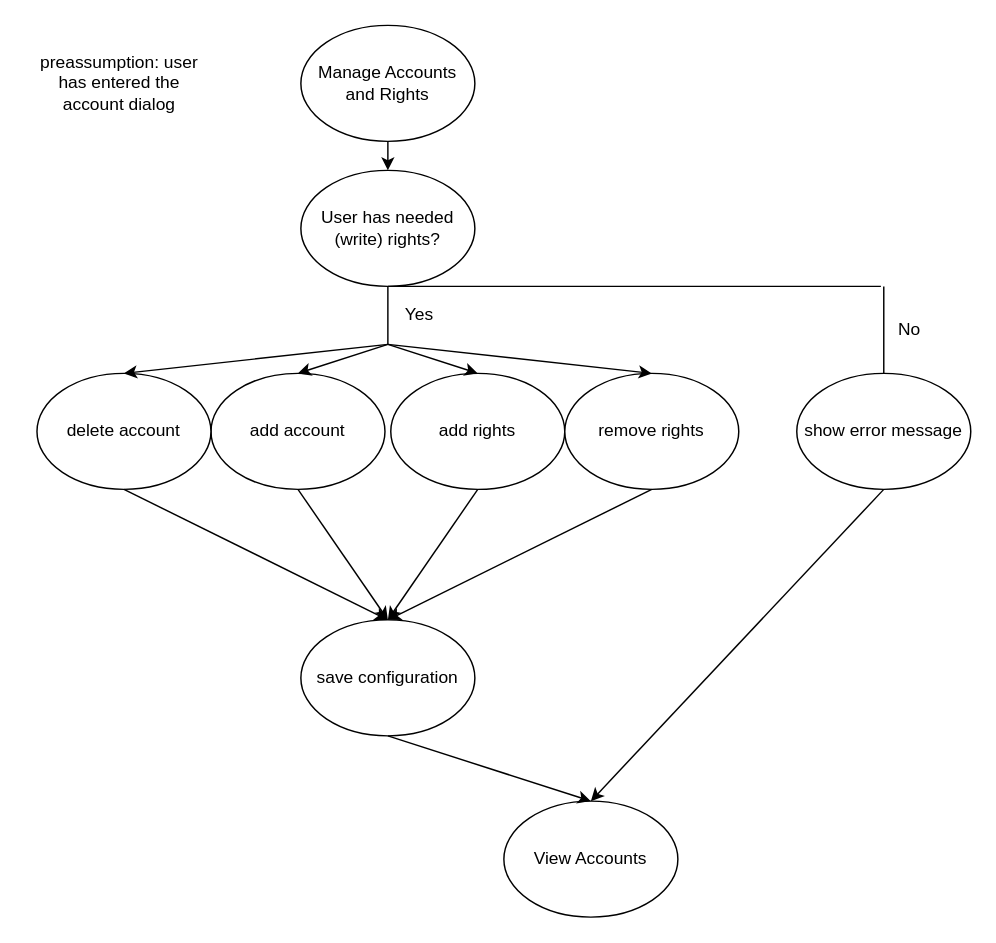
This is ManageAccountsAndRights_ActivityDiagram.drawio from mymanu/Camera-Observation-Tool-Documentation, a draw.io file, before an edit. Source tidied: cells renumbered, new cells numbered last; positions are measured from the earlier drawing's top-left corner, leaving out a move shared by most shapes. Both pictures are drawn from the tidied source at 145%, with x=0, y=0 at pixel (25, 25).
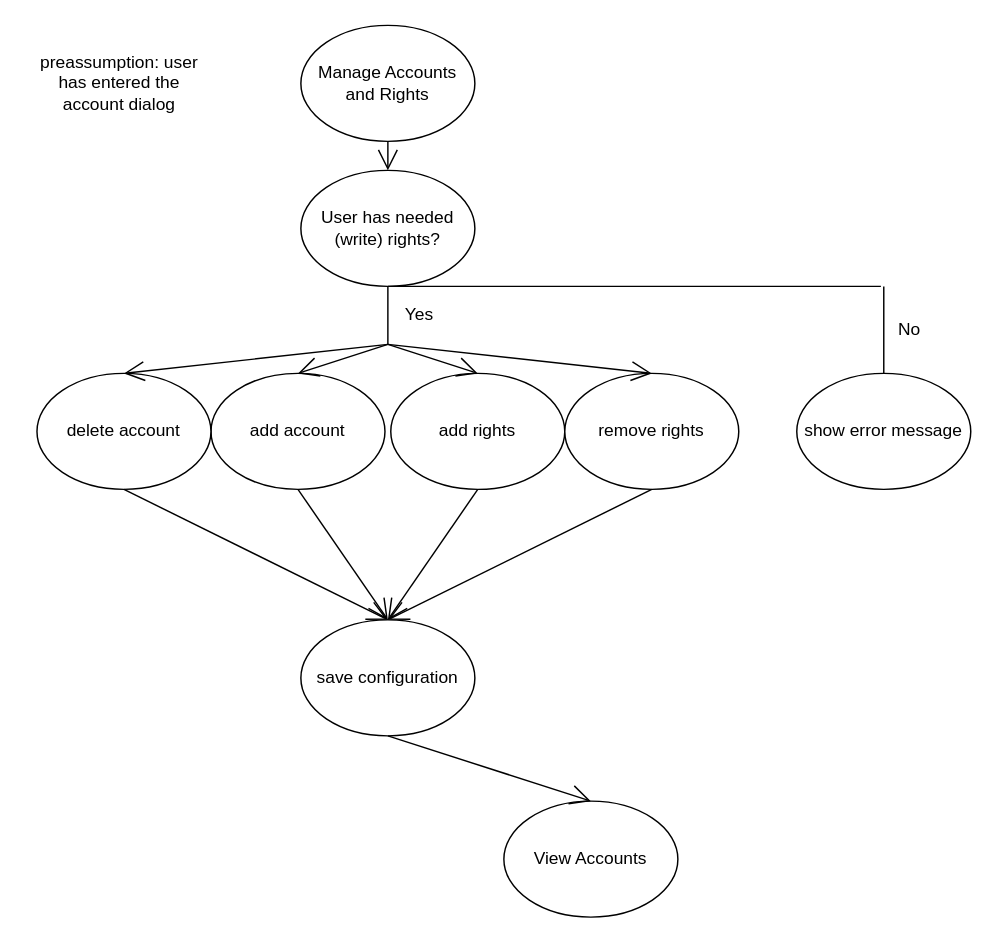
Above is the later version.

Unchanged cells that the change refers to:
```xml
<mxCell id="2" value="Manage Accounts and Rights" style="ellipse;whiteSpace=wrap;html=1;" parent="1" vertex="1">
  <mxGeometry x="190" width="120" height="80" as="geometry" />
</mxCell>
<mxCell id="3" value="add account" style="ellipse;whiteSpace=wrap;html=1;" parent="1" vertex="1">
  <mxGeometry x="128" y="240" width="120" height="80" as="geometry" />
</mxCell>
<mxCell id="4" value="add rights" style="ellipse;whiteSpace=wrap;html=1;" parent="1" vertex="1">
  <mxGeometry x="252" y="240" width="120" height="80" as="geometry" />
</mxCell>
<mxCell id="5" value="delete account" style="ellipse;whiteSpace=wrap;html=1;" parent="1" vertex="1">
  <mxGeometry x="8" y="240" width="120" height="80" as="geometry" />
</mxCell>
<mxCell id="6" value="save configuration" style="ellipse;whiteSpace=wrap;html=1;" parent="1" vertex="1">
  <mxGeometry x="190" y="410" width="120" height="80" as="geometry" />
</mxCell>
<mxCell id="7" value="remove rights" style="ellipse;whiteSpace=wrap;html=1;" parent="1" vertex="1">
  <mxGeometry x="372" y="240" width="120" height="80" as="geometry" />
</mxCell>
<mxCell id="8" value="show error message" style="ellipse;whiteSpace=wrap;html=1;" parent="1" vertex="1">
  <mxGeometry x="532" y="240" width="120" height="80" as="geometry" />
</mxCell>
<mxCell id="9" value="User has needed (write) rights?" style="ellipse;whiteSpace=wrap;html=1;" parent="1" vertex="1">
  <mxGeometry x="190" y="100" width="120" height="80" as="geometry" />
</mxCell>
<mxCell id="20" value="View Accounts" style="ellipse;whiteSpace=wrap;html=1;" parent="1" vertex="1">
  <mxGeometry x="330" y="535" width="120" height="80" as="geometry" />
</mxCell>
```

Diff of the diagram source:
```diff
@@
-    <mxCell id="10" style="endArrow=classic;html=1;entryX=0.5;entryY=0;entryDx=0;entryDy=0;" parent="1" edge="1" target="7">
-      <mxGeometry relative="1" as="geometry">
-        <mxPoint x="250" y="220" as="sourcePoint" />
-      </mxGeometry>
-    </mxCell>
-    <mxCell id="11" style="endArrow=classic;html=1;entryX=0.5;entryY=0;entryDx=0;entryDy=0;" parent="1" edge="1" target="4">
-      <mxGeometry relative="1" as="geometry">
-        <mxPoint x="250" y="220" as="sourcePoint" />
-      </mxGeometry>
-    </mxCell>
-    <mxCell id="12" style="endArrow=classic;html=1;entryX=0.5;entryY=0;entryDx=0;entryDy=0;" parent="1" edge="1" target="3">
-      <mxGeometry relative="1" as="geometry">
-        <mxPoint x="250" y="220" as="sourcePoint" />
-      </mxGeometry>
-    </mxCell>
-    <mxCell id="13" style="endArrow=classic;html=1;entryX=0.5;entryY=0;entryDx=0;entryDy=0;" parent="1" edge="1" target="5">
-      <mxGeometry relative="1" as="geometry">
-        <mxPoint x="250" y="220" as="sourcePoint" />
-      </mxGeometry>
-    </mxCell>
-    <mxCell id="14" style="endArrow=classic;html=1;exitX=0.5;exitY=1;exitDx=0;exitDy=0;entryX=0.5;entryY=0;entryDx=0;entryDy=0;" parent="1" edge="1" source="5" target="6">
-      <mxGeometry relative="1" as="geometry" />
-    </mxCell>
-    <mxCell id="15" style="endArrow=classic;html=1;exitX=0.5;exitY=1;exitDx=0;exitDy=0;entryX=0.5;entryY=0;entryDx=0;entryDy=0;" parent="1" edge="1" source="3" target="6">
-      <mxGeometry relative="1" as="geometry" />
-    </mxCell>
-    <mxCell id="16" style="endArrow=classic;html=1;exitX=0.5;exitY=1;exitDx=0;exitDy=0;entryX=0.5;entryY=0;entryDx=0;entryDy=0;" parent="1" edge="1" source="4" target="6">
-      <mxGeometry relative="1" as="geometry" />
-    </mxCell>
-    <mxCell id="17" style="endArrow=classic;html=1;exitX=0.5;exitY=1;exitDx=0;exitDy=0;entryX=0.5;entryY=0;entryDx=0;entryDy=0;" parent="1" edge="1" source="7" target="6">
-      <mxGeometry relative="1" as="geometry" />
-    </mxCell>
@@
+    <mxCell id="27" value="preassumption: user has entered the account dialog" style="text;html=1;strokeColor=none;fillColor=none;align=center;verticalAlign=middle;whiteSpace=wrap;rounded=0;" parent="1" vertex="1">
+      <mxGeometry y="30" width="130" height="20" as="geometry" />
+    </mxCell>
+    <mxCell id="26" style="endArrow=open;endFill=1;endSize=12;html=1;exitX=0.5;exitY=1;exitDx=0;exitDy=0;entryX=0.5;entryY=0;entryDx=0;entryDy=0;" parent="1" edge="1" source="2" target="9">
+      <mxGeometry relative="1" as="geometry" />
+    </mxCell>
+    <mxCell id="28" style="endArrow=open;endFill=1;endSize=12;html=1;entryX=0.5;entryY=0;entryDx=0;entryDy=0;" parent="1" edge="1" target="5">
+      <mxGeometry relative="1" as="geometry">
+        <mxPoint x="250" y="220" as="sourcePoint" />
+      </mxGeometry>
+    </mxCell>
+    <mxCell id="29" style="endArrow=open;endFill=1;endSize=12;html=1;entryX=0.5;entryY=0;entryDx=0;entryDy=0;" parent="1" edge="1" target="3">
+      <mxGeometry relative="1" as="geometry">
+        <mxPoint x="250" y="220" as="sourcePoint" />
+      </mxGeometry>
+    </mxCell>
+    <mxCell id="30" style="endArrow=open;endFill=1;endSize=12;html=1;entryX=0.5;entryY=0;entryDx=0;entryDy=0;" parent="1" edge="1" target="4">
+      <mxGeometry relative="1" as="geometry">
+        <mxPoint x="250" y="220" as="sourcePoint" />
+      </mxGeometry>
+    </mxCell>
+    <mxCell id="31" style="endArrow=open;endFill=1;endSize=12;html=1;entryX=0.5;entryY=0;entryDx=0;entryDy=0;" parent="1" edge="1" target="7">
+      <mxGeometry relative="1" as="geometry">
+        <mxPoint x="250" y="220" as="sourcePoint" />
+      </mxGeometry>
+    </mxCell>
+    <mxCell id="14" style="endArrow=open;endFill=1;endSize=12;html=1;entryX=0.5;entryY=0;entryDx=0;entryDy=0;exitX=0.5;exitY=1;exitDx=0;exitDy=0;" parent="1" edge="1" source="5" target="6">
+      <mxGeometry relative="1" as="geometry" />
+    </mxCell>
+    <mxCell id="32" style="endArrow=open;endFill=1;endSize=12;html=1;exitX=0.5;exitY=1;exitDx=0;exitDy=0;" parent="1" edge="1" source="3">
+      <mxGeometry relative="1" as="geometry">
+        <mxPoint x="250" y="410" as="targetPoint" />
+      </mxGeometry>
+    </mxCell>
+    <mxCell id="33" style="endArrow=open;endFill=1;endSize=12;html=1;exitX=0.5;exitY=1;exitDx=0;exitDy=0;" parent="1" edge="1" source="4">
+      <mxGeometry relative="1" as="geometry">
+        <mxPoint x="250" y="410" as="targetPoint" />
+      </mxGeometry>
+    </mxCell>
+    <mxCell id="34" style="endArrow=open;endFill=1;endSize=12;html=1;exitX=0.5;exitY=1;exitDx=0;exitDy=0;" parent="1" edge="1" source="7">
+      <mxGeometry relative="1" as="geometry">
+        <mxPoint x="250" y="410" as="targetPoint" />
+      </mxGeometry>
+    </mxCell>
-    <mxCell id="24" style="endArrow=classic;html=1;exitX=0.5;exitY=1;exitDx=0;exitDy=0;entryX=0.5;entryY=0;entryDx=0;entryDy=0;" parent="1" edge="1" source="6" target="20">
+    <mxCell id="24" style="endArrow=open;endFill=1;endSize=12;html=1;entryX=0.5;entryY=0;entryDx=0;entryDy=0;exitX=0.5;exitY=1;exitDx=0;exitDy=0;" parent="1" edge="1" source="6" target="20">
       <mxGeometry relative="1" as="geometry" />
     </mxCell>
-    <mxCell id="25" style="endArrow=classic;html=1;exitX=0.5;exitY=1;exitDx=0;exitDy=0;entryX=0.5;entryY=0;entryDx=0;entryDy=0;" parent="1" edge="1" source="8" target="20">
-      <mxGeometry relative="1" as="geometry" />
-    </mxCell>
-    <mxCell id="26" style="endArrow=classic;html=1;exitX=0.5;exitY=1;exitDx=0;exitDy=0;entryX=0.5;entryY=0;entryDx=0;entryDy=0;" parent="1" edge="1" source="2" target="9">
-      <mxGeometry relative="1" as="geometry" />
-    </mxCell>
-    <mxCell id="27" value="preassumption: user has entered the account dialog" style="text;html=1;strokeColor=none;fillColor=none;align=center;verticalAlign=middle;whiteSpace=wrap;rounded=0;" parent="1" vertex="1">
-      <mxGeometry y="30" width="130" height="20" as="geometry" />
-    </mxCell>
```
